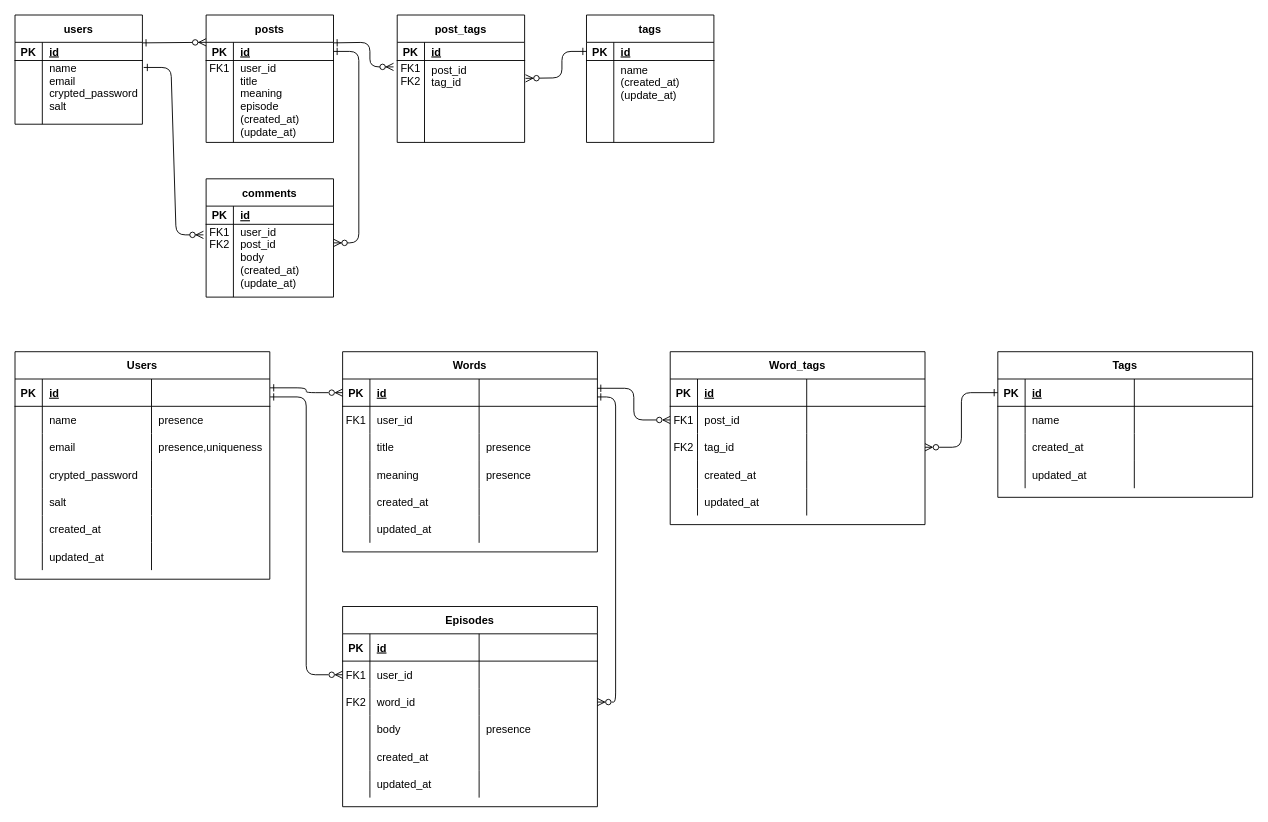
The draw.io diagram page "Page-1" (1 of 2) of Group1_ER図.drawio in RUNTEQ-62-GROUP-DEVELOPMENT/Group1, before the edit. Source tidied: cells renumbered, new cells numbered last; positions are measured from the earlier drawing's top-left corner, leaving out a move shared by most shapes. Both pictures are drawn from the tidied source at 91%, with x=0, y=0 at pixel (15, 15).
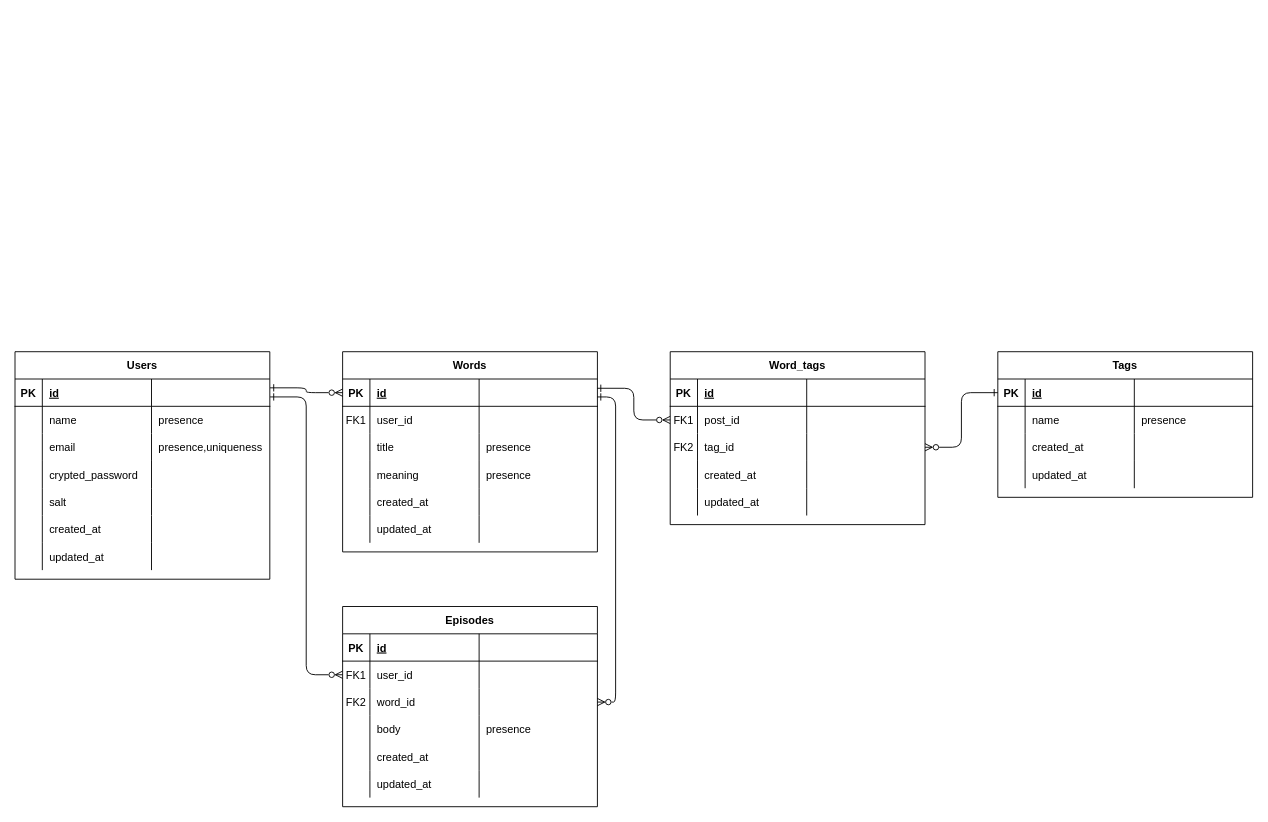
The same diagram, later.

Commit message (it also covers changes not shown here):
Group1_ER図.drawio を更新します

The change refers to these unchanged cells:
```xml
<mxCell id="151" style="shape=partialRectangle;fillColor=none;top=0;left=0;right=0;bottom=0;" parent="146" vertex="1">
  <mxGeometry y="60" width="280" height="30" as="geometry" />
</mxCell>
```

Change to the diagram source:
```diff
@@
-    <mxCell id="2" style="endArrow=ERzeroToMany;startArrow=ERone;endFill=1;startFill=0;exitX=1;exitY=0.5;exitDx=0;exitDy=0;edgeStyle=elbowEdgeStyle;entryX=1.001;entryY=0.255;entryDx=0;entryDy=0;elbow=horizontal;entryPerimeter=0;" parent="1" edge="1" source="12" target="22">
-      <mxGeometry relative="1" as="geometry">
-        <Array as="points">
-          <mxPoint x="377.8" y="170" />
-        </Array>
-      </mxGeometry>
-    </mxCell>
-    <mxCell id="3" value="users" style="shape=table;startSize=30;childLayout=tableLayout;rowLines=0;fontStyle=1;align=center;" parent="1" vertex="1">
-      <mxGeometry width="140" height="120" as="geometry" />
-    </mxCell>
-    <mxCell id="4" style="shape=partialRectangle;fillColor=none;top=0;left=0;right=0;bottom=1;" parent="3" vertex="1">
-      <mxGeometry y="30" width="140" height="20" as="geometry" />
-    </mxCell>
-    <mxCell id="5" value="PK" style="shape=partialRectangle;overflow=hidden;fillColor=none;top=0;left=0;bottom=0;right=0;fontStyle=1;" parent="4" vertex="1">
-      <mxGeometry width="30" height="20" as="geometry" />
-    </mxCell>
-    <mxCell id="6" value="id" style="shape=partialRectangle;overflow=hidden;fillColor=none;top=0;left=0;bottom=0;right=0;align=left;spacingLeft=6;fontStyle=5;" parent="4" vertex="1">
-      <mxGeometry x="30" width="110" height="20" as="geometry" />
-    </mxCell>
-    <mxCell id="7" style="shape=partialRectangle;fillColor=none;points=[[0,0.5],[1,0.5]];portConstraint=eastwest;top=0;left=0;right=0;bottom=0;" parent="3" vertex="1">
-      <mxGeometry y="50" width="140" height="70" as="geometry" />
-    </mxCell>
-    <mxCell id="8" style="shape=partialRectangle;overflow=hidden;fillColor=none;top=0;left=0;bottom=0;right=0;" parent="7" vertex="1">
-      <mxGeometry width="30" height="70" as="geometry" />
-    </mxCell>
-    <mxCell id="9" value="name&#10;email&#10;crypted_password&#10;salt&#10;" style="shape=partialRectangle;overflow=hidden;fillColor=none;top=0;left=0;bottom=0;right=0;align=left;spacingLeft=6;" parent="7" vertex="1">
-      <mxGeometry x="30" width="110" height="70" as="geometry" />
-    </mxCell>
-    <mxCell id="10" style="edgeStyle=entityRelationEdgeStyle;endArrow=ERzeroToMany;startArrow=ERone;endFill=1;startFill=0;entryX=-0.021;entryY=0.145;entryDx=0;entryDy=0;entryPerimeter=0;exitX=1.01;exitY=0.109;exitDx=0;exitDy=0;exitPerimeter=0;" parent="1" edge="1" source="7" target="22">
-      <mxGeometry relative="1" as="geometry" />
-    </mxCell>
-    <mxCell id="11" value="posts" style="shape=table;startSize=30;childLayout=tableLayout;rowLines=0;fontStyle=1;align=center;" parent="1" vertex="1">
-      <mxGeometry x="210" width="140" height="140" as="geometry" />
-    </mxCell>
-    <mxCell id="12" style="shape=partialRectangle;fillColor=none;points=[[0,0.5],[1,0.5]];portConstraint=eastwest;top=0;left=0;right=0;bottom=1;" parent="11" vertex="1">
-      <mxGeometry y="30" width="140" height="20" as="geometry" />
-    </mxCell>
-    <mxCell id="13" value="PK" style="shape=partialRectangle;overflow=hidden;fillColor=none;top=0;left=0;bottom=0;right=0;fontStyle=1;" parent="12" vertex="1">
-      <mxGeometry width="30" height="20" as="geometry" />
-    </mxCell>
-    <mxCell id="14" value="id" style="shape=partialRectangle;overflow=hidden;fillColor=none;top=0;left=0;bottom=0;right=0;align=left;spacingLeft=6;fontStyle=5;" parent="12" vertex="1">
-      <mxGeometry x="30" width="110" height="20" as="geometry" />
-    </mxCell>
-    <mxCell id="15" style="shape=partialRectangle;fillColor=none;top=0;left=0;right=0;bottom=0;" parent="11" vertex="1">
-      <mxGeometry y="50" width="140" height="90" as="geometry" />
-    </mxCell>
-    <mxCell id="16" value="FK1&#10;&#10;&#10;&#10;&#10;&#10;&#10;&#10;" style="shape=partialRectangle;overflow=hidden;fillColor=none;top=0;left=0;bottom=0;right=0;" parent="15" vertex="1">
-      <mxGeometry width="30" height="90" as="geometry" />
-    </mxCell>
-    <mxCell id="17" value="user_id&#10;title&#10;meaning&#10;episode&#10;(created_at)&#10;(update_at)&#10;&#10;&#10;" style="shape=partialRectangle;overflow=hidden;fillColor=none;top=0;left=0;bottom=0;right=0;align=left;spacingLeft=6;" parent="15" vertex="1">
-      <mxGeometry x="30" width="110" height="90" as="geometry" />
-    </mxCell>
-    <mxCell id="18" value="comments" style="shape=table;startSize=30;childLayout=tableLayout;rowLines=0;fontStyle=1;align=center;" parent="1" vertex="1">
-      <mxGeometry x="210" y="180" width="140" height="130" as="geometry" />
-    </mxCell>
-    <mxCell id="19" style="shape=partialRectangle;fillColor=none;top=0;left=0;right=0;bottom=1;" parent="18" vertex="1">
-      <mxGeometry y="30" width="140" height="20" as="geometry" />
-    </mxCell>
-    <mxCell id="20" value="PK" style="shape=partialRectangle;overflow=hidden;fillColor=none;top=0;left=0;bottom=0;right=0;fontStyle=1;" parent="19" vertex="1">
-      <mxGeometry width="30" height="20" as="geometry" />
-    </mxCell>
-    <mxCell id="21" value="id" style="shape=partialRectangle;overflow=hidden;fillColor=none;top=0;left=0;bottom=0;right=0;align=left;spacingLeft=6;fontStyle=5;" parent="19" vertex="1">
-      <mxGeometry x="30" width="110" height="20" as="geometry" />
-    </mxCell>
-    <mxCell id="22" style="shape=partialRectangle;fillColor=none;points=[[0,0.5],[1,0.5]];portConstraint=eastwest;top=0;left=0;right=0;bottom=0;" parent="18" vertex="1">
-      <mxGeometry y="50" width="140" height="80" as="geometry" />
-    </mxCell>
-    <mxCell id="23" value="FK1&#10;FK2&#10;&#10;&#10;&#10;" style="shape=partialRectangle;overflow=hidden;fillColor=none;top=0;left=0;bottom=0;right=0;" parent="22" vertex="1">
-      <mxGeometry width="30" height="80" as="geometry" />
-    </mxCell>
-    <mxCell id="24" value="user_id&#10;post_id&#10;body&#10;(created_at)&#10;(update_at)&#10;" style="shape=partialRectangle;overflow=hidden;fillColor=none;top=0;left=0;bottom=0;right=0;align=left;spacingLeft=6;" parent="22" vertex="1">
-      <mxGeometry x="30" width="110" height="80" as="geometry" />
-    </mxCell>
-    <mxCell id="25" style="endArrow=ERzeroToMany;startArrow=ERone;endFill=1;startFill=0;" parent="1" edge="1">
-      <mxGeometry relative="1" as="geometry">
-        <mxPoint x="140" y="30.6" as="sourcePoint" />
-        <mxPoint x="210" y="30" as="targetPoint" />
-      </mxGeometry>
-    </mxCell>
-    <mxCell id="26" value="post_tags" style="shape=table;startSize=30;childLayout=tableLayout;rowLines=0;fontStyle=1;align=center;" parent="1" vertex="1">
-      <mxGeometry x="420" width="140" height="140" as="geometry" />
-    </mxCell>
-    <mxCell id="27" style="shape=partialRectangle;fillColor=none;top=0;left=0;right=0;bottom=1;" parent="26" vertex="1">
-      <mxGeometry y="30" width="140" height="20" as="geometry" />
-    </mxCell>
-    <mxCell id="28" value="PK" style="shape=partialRectangle;overflow=hidden;fillColor=none;top=0;left=0;bottom=0;right=0;fontStyle=1;" parent="27" vertex="1">
-      <mxGeometry width="30" height="20" as="geometry" />
-    </mxCell>
-    <mxCell id="29" value="id" style="shape=partialRectangle;overflow=hidden;fillColor=none;top=0;left=0;bottom=0;right=0;align=left;spacingLeft=6;fontStyle=5;" parent="27" vertex="1">
-      <mxGeometry x="30" width="110" height="20" as="geometry" />
-    </mxCell>
-    <mxCell id="30" style="shape=partialRectangle;fillColor=none;points=[[0,0.5],[1,0.5]];portConstraint=eastwest;top=0;left=0;right=0;bottom=0;" parent="26" vertex="1">
-      <mxGeometry y="50" width="140" height="90" as="geometry" />
-    </mxCell>
-    <mxCell id="31" value="FK1&#10;FK2&#10;&#10;&#10;&#10;&#10;" style="shape=partialRectangle;overflow=hidden;fillColor=none;top=0;left=0;bottom=0;right=0;" parent="30" vertex="1">
-      <mxGeometry width="30" height="90" as="geometry" />
-    </mxCell>
-    <mxCell id="32" value="post_id&#10;tag_id&#10;&#10;&#10;&#10;" style="shape=partialRectangle;overflow=hidden;fillColor=none;top=0;left=0;bottom=0;right=0;align=left;spacingLeft=6;" parent="30" vertex="1">
-      <mxGeometry x="30" width="110" height="90" as="geometry" />
-    </mxCell>
-    <mxCell id="33" value="tags" style="shape=table;startSize=30;childLayout=tableLayout;rowLines=0;fontStyle=1;align=center;" parent="1" vertex="1">
-      <mxGeometry x="628" width="140" height="140" as="geometry" />
-    </mxCell>
-    <mxCell id="34" style="shape=partialRectangle;fillColor=none;points=[[0,0.5],[1,0.5]];portConstraint=eastwest;top=0;left=0;right=0;bottom=1;" parent="33" vertex="1">
-      <mxGeometry y="30" width="140" height="20" as="geometry" />
-    </mxCell>
-    <mxCell id="35" value="PK" style="shape=partialRectangle;overflow=hidden;fillColor=none;top=0;left=0;bottom=0;right=0;fontStyle=1;" parent="34" vertex="1">
-      <mxGeometry width="30" height="20" as="geometry" />
-    </mxCell>
-    <mxCell id="36" value="id" style="shape=partialRectangle;overflow=hidden;fillColor=none;top=0;left=0;bottom=0;right=0;align=left;spacingLeft=6;fontStyle=5;" parent="34" vertex="1">
-      <mxGeometry x="30" width="110" height="20" as="geometry" />
-    </mxCell>
-    <mxCell id="37" style="shape=partialRectangle;fillColor=none;top=0;left=0;right=0;bottom=0;" parent="33" vertex="1">
-      <mxGeometry y="50" width="140" height="90" as="geometry" />
-    </mxCell>
-    <mxCell id="38" style="shape=partialRectangle;overflow=hidden;fillColor=none;top=0;left=0;bottom=0;right=0;" parent="37" vertex="1">
-      <mxGeometry width="30" height="90" as="geometry" />
-    </mxCell>
-    <mxCell id="39" value="name&#10;(created_at)&#10;(update_at)&#10;&#10;&#10;" style="shape=partialRectangle;overflow=hidden;fillColor=none;top=0;left=0;bottom=0;right=0;align=left;spacingLeft=6;" parent="37" vertex="1">
-      <mxGeometry x="30" width="110" height="90" as="geometry" />
-    </mxCell>
-    <mxCell id="40" style="endArrow=ERzeroToMany;startArrow=ERone;endFill=1;startFill=0;entryX=-0.029;entryY=0.078;entryDx=0;entryDy=0;entryPerimeter=0;" parent="1" edge="1" target="30">
-      <mxGeometry relative="1" as="geometry">
-        <mxPoint x="350" y="30.6" as="sourcePoint" />
-        <Array as="points">
-          <mxPoint x="390" y="30" />
-          <mxPoint x="390" y="57" />
-        </Array>
-      </mxGeometry>
-    </mxCell>
@@
-    <mxCell id="70" style="endArrow=ERzeroToMany;startArrow=ERone;endFill=1;startFill=0;entryX=-0.029;entryY=0.078;entryDx=0;entryDy=0;entryPerimeter=0;exitX=0;exitY=0.5;exitDx=0;exitDy=0;" parent="1" edge="1" source="34">
-      <mxGeometry relative="1" as="geometry">
-        <mxPoint x="561" y="69.6" as="targetPoint" />
-        <Array as="points">
-          <mxPoint x="601" y="40" />
-          <mxPoint x="601" y="69" />
-        </Array>
-      </mxGeometry>
-    </mxCell>
@@
-    <mxCell id="154" style="shape=partialRectangle;overflow=hidden;fillColor=none;top=0;left=0;bottom=0;right=0;align=left;spacingLeft=6;" parent="151" vertex="1">
+    <mxCell id="154" value="presence" style="shape=partialRectangle;overflow=hidden;fillColor=none;top=0;left=0;bottom=0;right=0;align=left;spacingLeft=6;" parent="151" vertex="1">
       <mxGeometry x="150" width="130" height="30" as="geometry" />
     </mxCell>
```
